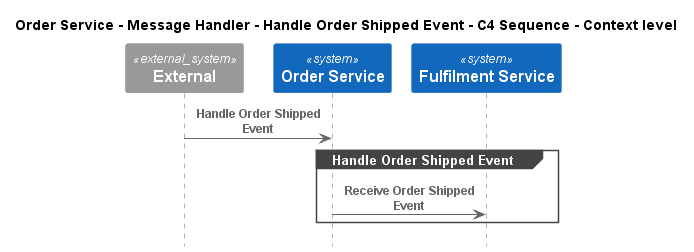
This is e-commerce-platform/Software Systems/Order Service/Containers/Message Handler/Interfaces/Handle Order Shipped Event/Context - C4 Sequence.png from C4InterFlow/architecture-as-code-samples, a PlantUML export, as it was before one commit.
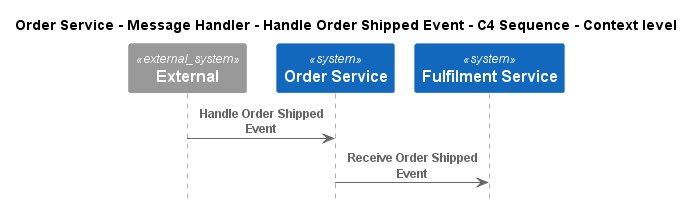
The same diagram one commit later.

The edit, as a diff of the source:
```diff
@@ -9,9 +9,7 @@
 System(ECommercePlatform.SoftwareSystems.FulfilmentService, "Fulfilment Service", "")
 
 Rel(C4InterFlow.SoftwareSystems.ExternalSystem, ECommercePlatform.SoftwareSystems.OrderService, "Handle Order Shipped Event")
-group Handle Order Shipped Event
 Rel(ECommercePlatform.SoftwareSystems.OrderService, ECommercePlatform.SoftwareSystems.FulfilmentService, "Receive Order Shipped Event")
-end
 
 
 @enduml
```
